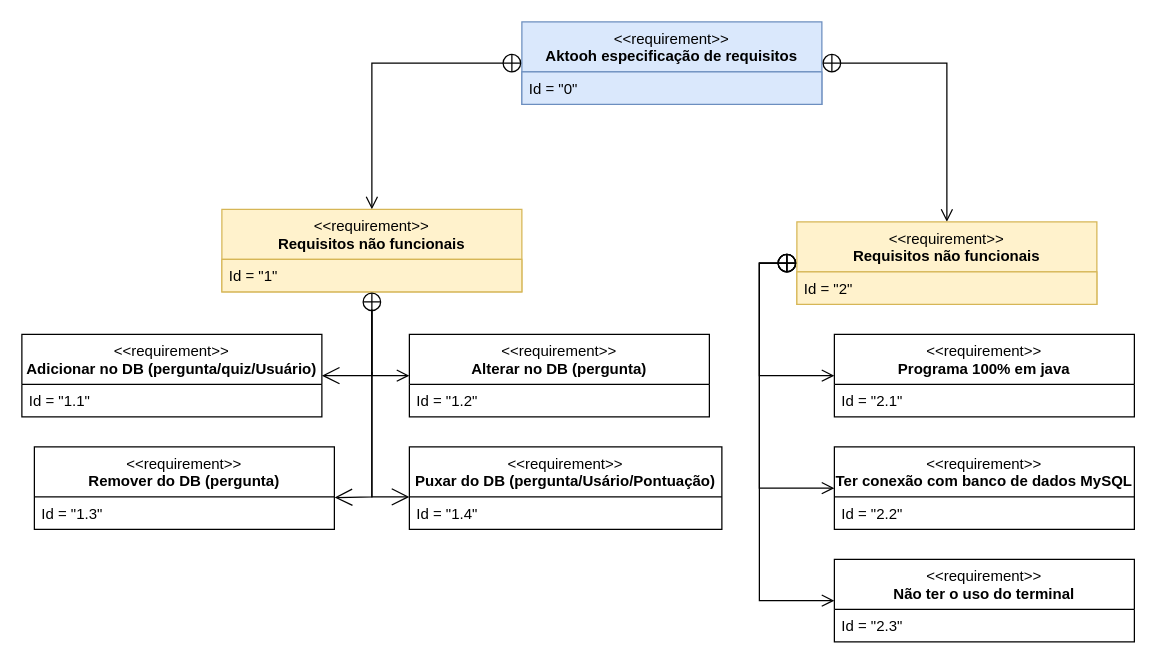
The draw.io diagram Diagramas/Requisitos quiz.drawio in FFCfelps1/Projeto_Semestral_LP, before the edit. Source tidied: cells renumbered, new cells numbered last; positions are measured from the earlier drawing's top-left corner, leaving out a move shared by most shapes. Both pictures are drawn from the tidied source at 125%, with x=0, y=0 at pixel (21, 21).
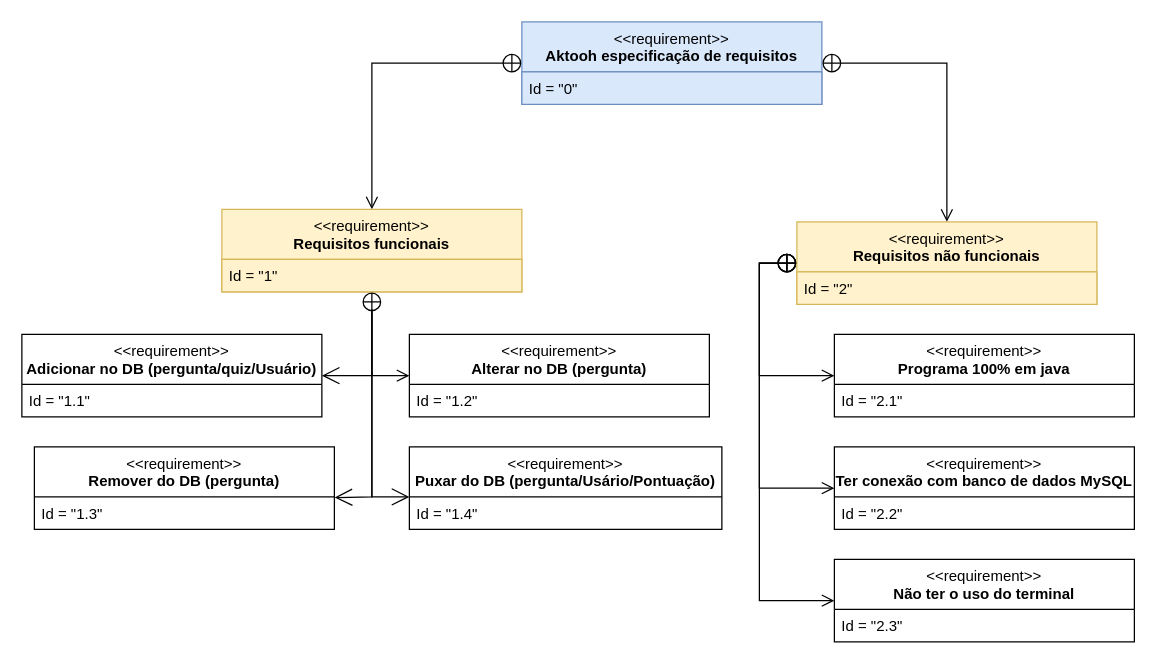
After the change.

Change to the diagram source:
```diff
@@
-    <mxCell id="14" value="&lt;div&gt;&lt;font face=&quot;Arial, sans-serif&quot;&gt;&lt;span style=&quot;font-weight: normal;&quot;&gt;&amp;lt;&amp;lt;requirement&amp;gt;&amp;gt;&lt;/span&gt;&lt;/font&gt;&lt;/div&gt;&lt;font face=&quot;Arial, sans-serif&quot;&gt;Requisitos não funcionais&lt;/font&gt;" style="swimlane;fontStyle=1;align=center;verticalAlign=top;horizontal=1;startSize=40;whiteSpace=wrap;html=1;fillColor=#fff2cc;strokeColor=#d6b656;" parent="1" vertex="1">
+    <mxCell id="14" value="&lt;div&gt;&lt;font face=&quot;Arial, sans-serif&quot;&gt;&lt;span style=&quot;font-weight: normal;&quot;&gt;&amp;lt;&amp;lt;requirement&amp;gt;&amp;gt;&lt;/span&gt;&lt;/font&gt;&lt;/div&gt;&lt;font face=&quot;Arial, sans-serif&quot;&gt;Requisitos funcionais&lt;/font&gt;" style="swimlane;fontStyle=1;align=center;verticalAlign=top;horizontal=1;startSize=40;whiteSpace=wrap;html=1;fillColor=#fff2cc;strokeColor=#d6b656;" parent="1" vertex="1">
       <mxGeometry x="160" y="150" width="240" height="66" as="geometry" />
     </mxCell>
```
